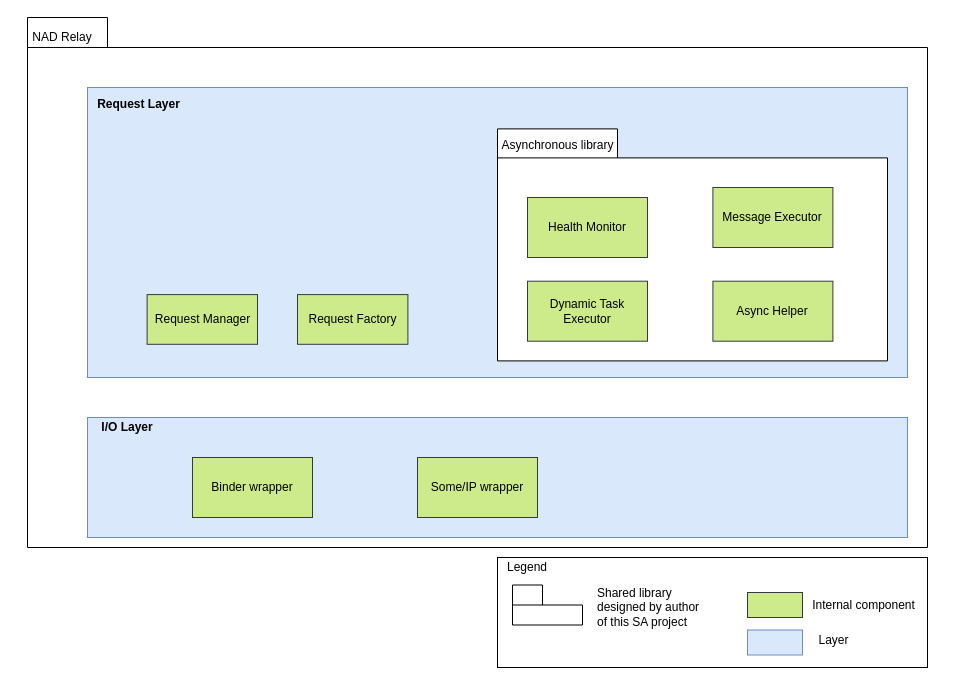
Earlier version of the draw.io diagram page "static" (1 of 7) of doc/SA cert/Design/nadproxy.drawio (taikt/codefun). Source tidied: cells renumbered, new cells numbered last; positions are measured from the earlier drawing's top-left corner, leaving out a move shared by most shapes. Both pictures are drawn from the tidied source at 100%, with x=0, y=0 at pixel (17, 17).
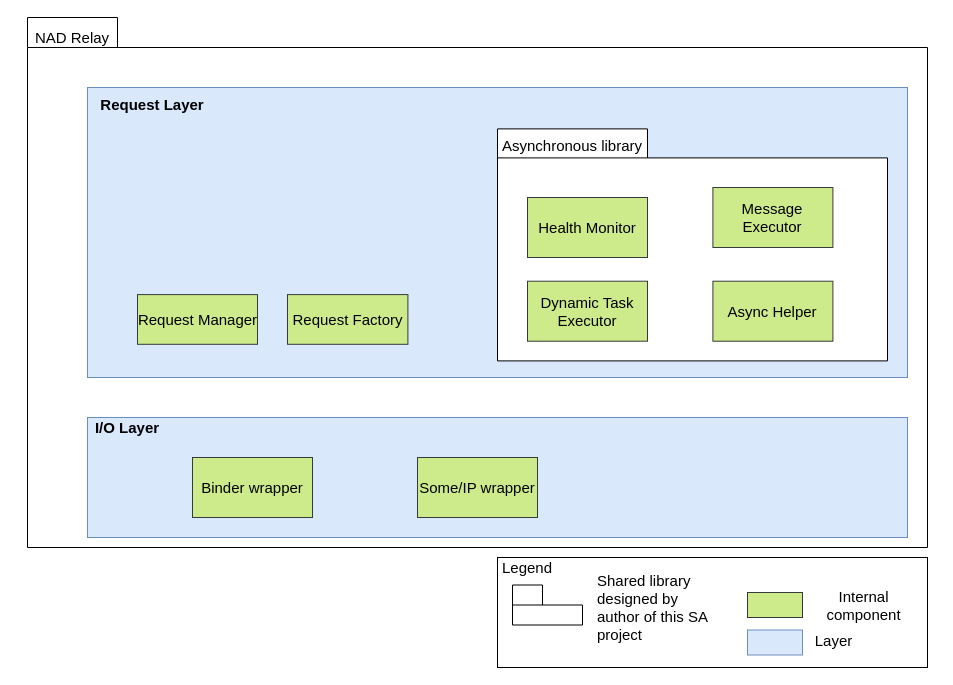
Above is the later version.

What changed in the source:
```diff
@@
-    <mxCell id="2" style="edgeStyle=orthogonalEdgeStyle;rounded=0;jettySize=auto;html=1;entryX=0.002;entryY=0.52;entryDx=0;entryDy=0;entryPerimeter=0;exitX=0.999;exitY=0.59;exitDx=0;exitDy=0;exitPerimeter=0;" parent="1" edge="1" source="3" target="8">
+    <mxCell id="2" style="edgeStyle=orthogonalEdgeStyle;rounded=0;jettySize=auto;html=1;entryX=0.002;entryY=0.52;entryDx=0;entryDy=0;entryPerimeter=0;exitX=0.999;exitY=0.59;exitDx=0;exitDy=0;exitPerimeter=0;fontSize=15;" parent="1" edge="1" source="3" target="8">
       <mxGeometry relative="1" as="geometry">
         <Array as="points">
           <mxPoint x="829" y="136" />
         </Array>
       </mxGeometry>
     </mxCell>
-    <mxCell id="3" style="shape=folder;fontStyle=1;tabWidth=80;tabHeight=30;tabPosition=left;html=1;boundedLbl=1;" parent="1" vertex="1">
+    <mxCell id="3" style="shape=folder;fontStyle=1;tabWidth=90;tabHeight=30;tabPosition=left;html=1;boundedLbl=1;fontSize=15;" parent="1" vertex="1">
       <mxGeometry x="10" width="900" height="530" as="geometry" />
     </mxCell>
-    <mxCell id="4" value="NAD Relay" style="text;html=1;strokeColor=none;fillColor=none;align=center;verticalAlign=middle;whiteSpace=wrap;rounded=0;" parent="1" vertex="1">
-      <mxGeometry y="10" width="90" height="20" as="geometry" />
+    <mxCell id="4" value="NAD Relay" style="text;html=1;strokeColor=none;fillColor=none;align=center;verticalAlign=middle;whiteSpace=wrap;rounded=0;fontSize=15;" parent="1" vertex="1">
+      <mxGeometry x="10" y="10" width="90" height="20" as="geometry" />
     </mxCell>
-    <mxCell id="5" style="group;fillColor=#dae8fc;strokeColor=#6c8ebf;" parent="1" vertex="1">
+    <mxCell id="5" style="group;fillColor=#dae8fc;strokeColor=#6c8ebf;fontSize=15;" parent="1" vertex="1">
       <mxGeometry x="70" y="70" width="820" height="290" as="geometry" />
     </mxCell>
-    <mxCell id="6" style="rounded=0;whiteSpace=wrap;html=1;fillColor=#dae8fc;strokeColor=#6c8ebf;" parent="5" vertex="1">
+    <mxCell id="6" style="rounded=0;whiteSpace=wrap;html=1;fillColor=#dae8fc;strokeColor=#6c8ebf;fontSize=15;" parent="5" vertex="1">
       <mxGeometry width="820" height="290" as="geometry" />
     </mxCell>
-    <mxCell id="7" style="group;" parent="5" vertex="1">
+    <mxCell id="7" style="group;fontSize=15;" parent="5" vertex="1">
       <mxGeometry x="410" y="41.4" width="390" height="232" as="geometry" />
     </mxCell>
-    <mxCell id="8" style="shape=folder;fontStyle=1;tabWidth=120;tabHeight=29;tabPosition=left;html=1;boundedLbl=1;" parent="7" vertex="1">
+    <mxCell id="8" style="shape=folder;fontStyle=1;tabWidth=150;tabHeight=29;tabPosition=left;html=1;boundedLbl=1;fontSize=15;" parent="7" vertex="1">
       <mxGeometry width="390" height="232" as="geometry" />
     </mxCell>
-    <mxCell id="9" value="Health Monitor" style="rounded=0;whiteSpace=wrap;html=1;fillColor=#cdeb8b;strokeColor=#36393d;" parent="7" vertex="1">
+    <mxCell id="9" value="Health Monitor" style="rounded=0;whiteSpace=wrap;html=1;fillColor=#cdeb8b;strokeColor=#36393d;fontSize=15;" parent="7" vertex="1">
       <mxGeometry x="30" y="68.6" width="120" height="60" as="geometry" />
     </mxCell>
-    <mxCell id="10" value="Message Executor" style="rounded=0;whiteSpace=wrap;html=1;fillColor=#cdeb8b;strokeColor=#36393d;" parent="7" vertex="1">
+    <mxCell id="10" value="Message Executor" style="rounded=0;whiteSpace=wrap;html=1;fillColor=#cdeb8b;strokeColor=#36393d;fontSize=15;" parent="7" vertex="1">
       <mxGeometry x="215.4" y="58.6" width="120" height="60" as="geometry" />
     </mxCell>
-    <mxCell id="11" value="Dynamic Task Executor" style="rounded=0;whiteSpace=wrap;html=1;fillColor=#cdeb8b;strokeColor=#36393d;" parent="7" vertex="1">
+    <mxCell id="11" value="Dynamic Task Executor" style="rounded=0;whiteSpace=wrap;html=1;fillColor=#cdeb8b;strokeColor=#36393d;fontSize=15;" parent="7" vertex="1">
       <mxGeometry x="30" y="152.3" width="120" height="60" as="geometry" />
     </mxCell>
-    <mxCell id="12" value="Async Helper" style="rounded=0;whiteSpace=wrap;html=1;fillColor=#cdeb8b;strokeColor=#36393d;" parent="7" vertex="1">
+    <mxCell id="12" value="Async Helper" style="rounded=0;whiteSpace=wrap;html=1;fillColor=#cdeb8b;strokeColor=#36393d;fontSize=15;" parent="7" vertex="1">
       <mxGeometry x="215.4" y="152.3" width="120" height="60" as="geometry" />
     </mxCell>
-    <mxCell id="13" value="&lt;b&gt;Request Layer&lt;/b&gt;" style="text;html=1;strokeColor=none;fillColor=none;align=center;verticalAlign=middle;whiteSpace=wrap;rounded=0;" parent="5" vertex="1">
-      <mxGeometry x="8.5" y="8.3" width="85.1" height="16.6" as="geometry" />
+    <mxCell id="13" value="&lt;b style=&quot;font-size: 15px;&quot;&gt;Request Layer&lt;/b&gt;" style="text;html=1;strokeColor=none;fillColor=none;align=center;verticalAlign=middle;whiteSpace=wrap;rounded=0;fontSize=15;" parent="5" vertex="1">
+      <mxGeometry x="8.5" y="8.3" width="111.5" height="16.6" as="geometry" />
     </mxCell>
-    <mxCell id="14" value="Request Manager" style="html=1;fillColor=#cdeb8b;strokeColor=#36393d;" parent="5" vertex="1">
-      <mxGeometry x="59.6" y="207.1" width="110.4" height="49.7" as="geometry" />
+    <mxCell id="14" value="Request Manager" style="html=1;fillColor=#cdeb8b;strokeColor=#36393d;fontSize=15;" parent="5" vertex="1">
+      <mxGeometry x="50" y="207.1" width="120" height="49.7" as="geometry" />
     </mxCell>
-    <mxCell id="15" value="Request Factory" style="html=1;fillColor=#cdeb8b;strokeColor=#36393d;" parent="5" vertex="1">
-      <mxGeometry x="210" y="207.1" width="110.4" height="49.7" as="geometry" />
+    <mxCell id="15" value="Request Factory" style="html=1;fillColor=#cdeb8b;strokeColor=#36393d;fontSize=15;" parent="5" vertex="1">
+      <mxGeometry x="200" y="207.1" width="120.4" height="49.7" as="geometry" />
     </mxCell>
-    <mxCell id="16" value="Asynchronous library" style="text;html=1;strokeColor=none;fillColor=none;align=center;verticalAlign=middle;whiteSpace=wrap;rounded=0;" parent="5" vertex="1">
-      <mxGeometry x="400" y="50" width="140.5" height="16.6" as="geometry" />
+    <mxCell id="16" value="Asynchronous library" style="text;html=1;strokeColor=none;fillColor=none;align=center;verticalAlign=middle;whiteSpace=wrap;rounded=0;fontSize=15;" parent="5" vertex="1">
+      <mxGeometry x="400" y="50" width="170" height="16.6" as="geometry" />
     </mxCell>
-    <mxCell id="17" style="rounded=0;whiteSpace=wrap;html=1;fillColor=#dae8fc;strokeColor=#6c8ebf;" parent="1" vertex="1">
+    <mxCell id="17" style="rounded=0;whiteSpace=wrap;html=1;fillColor=#dae8fc;strokeColor=#6c8ebf;fontSize=15;" parent="1" vertex="1">
       <mxGeometry x="70" y="400" width="820" height="120" as="geometry" />
     </mxCell>
-    <mxCell id="18" value="&lt;b&gt;I/O Layer&lt;/b&gt;" style="text;html=1;strokeColor=none;fillColor=none;align=center;verticalAlign=middle;whiteSpace=wrap;rounded=0;" parent="1" vertex="1">
+    <mxCell id="18" value="&lt;b style=&quot;font-size: 15px;&quot;&gt;I/O Layer&lt;/b&gt;" style="text;html=1;strokeColor=none;fillColor=none;align=center;verticalAlign=middle;whiteSpace=wrap;rounded=0;fontSize=15;" parent="1" vertex="1">
       <mxGeometry x="60" y="400" width="100" height="20" as="geometry" />
     </mxCell>
-    <mxCell id="19" value="Binder wrapper" style="rounded=0;whiteSpace=wrap;html=1;fillColor=#cdeb8b;strokeColor=#36393d;" parent="1" vertex="1">
+    <mxCell id="19" value="Binder wrapper" style="rounded=0;whiteSpace=wrap;html=1;fillColor=#cdeb8b;strokeColor=#36393d;fontSize=15;" parent="1" vertex="1">
       <mxGeometry x="175" y="440" width="120" height="60" as="geometry" />
     </mxCell>
-    <mxCell id="20" value="Some/IP wrapper" style="rounded=0;whiteSpace=wrap;html=1;fillColor=#cdeb8b;strokeColor=#36393d;" parent="1" vertex="1">
+    <mxCell id="20" value="Some/IP wrapper" style="rounded=0;whiteSpace=wrap;html=1;fillColor=#cdeb8b;strokeColor=#36393d;fontSize=15;" parent="1" vertex="1">
       <mxGeometry x="400" y="440" width="120" height="60" as="geometry" />
     </mxCell>
-    <mxCell id="21" style="rounded=0;whiteSpace=wrap;html=1;" parent="1" vertex="1">
+    <mxCell id="21" style="rounded=0;whiteSpace=wrap;html=1;fontSize=15;" parent="1" vertex="1">
       <mxGeometry x="480" y="540" width="430" height="110" as="geometry" />
     </mxCell>
-    <mxCell id="22" value="Legend" style="text;html=1;strokeColor=none;fillColor=none;align=center;verticalAlign=middle;whiteSpace=wrap;rounded=0;" parent="1" vertex="1">
+    <mxCell id="22" value="Legend" style="text;html=1;strokeColor=none;fillColor=none;align=center;verticalAlign=middle;whiteSpace=wrap;rounded=0;fontSize=15;" parent="1" vertex="1">
       <mxGeometry x="490" y="540" width="40" height="20" as="geometry" />
     </mxCell>
-    <mxCell id="23" style="html=1;fillColor=#cdeb8b;strokeColor=#36393d;" parent="1" vertex="1">
+    <mxCell id="23" style="html=1;fillColor=#cdeb8b;strokeColor=#36393d;fontSize=15;" parent="1" vertex="1">
       <mxGeometry x="730" y="575" width="55" height="25" as="geometry" />
     </mxCell>
-    <mxCell id="24" value="Internal component" style="text;html=1;strokeColor=none;fillColor=none;align=center;verticalAlign=middle;whiteSpace=wrap;rounded=0;" parent="1" vertex="1">
+    <mxCell id="24" value="Internal component" style="text;html=1;strokeColor=none;fillColor=none;align=center;verticalAlign=middle;whiteSpace=wrap;rounded=0;fontSize=15;" parent="1" vertex="1">
       <mxGeometry x="790" y="577.5" width="112.5" height="20" as="geometry" />
     </mxCell>
-    <mxCell id="25" style="html=1;fillColor=#dae8fc;strokeColor=#6c8ebf;" parent="1" vertex="1">
+    <mxCell id="25" style="html=1;fillColor=#dae8fc;strokeColor=#6c8ebf;fontSize=15;" parent="1" vertex="1">
       <mxGeometry x="730" y="612.5" width="55" height="25" as="geometry" />
     </mxCell>
-    <mxCell id="26" value="Layer" style="text;html=1;strokeColor=none;fillColor=none;align=center;verticalAlign=middle;whiteSpace=wrap;rounded=0;" parent="1" vertex="1">
+    <mxCell id="26" value="Layer" style="text;html=1;strokeColor=none;fillColor=none;align=center;verticalAlign=middle;whiteSpace=wrap;rounded=0;fontSize=15;" parent="1" vertex="1">
       <mxGeometry x="760" y="612.5" width="112.5" height="20" as="geometry" />
     </mxCell>
-    <mxCell id="27" style="shape=folder;fontStyle=1;tabWidth=30;tabHeight=20;tabPosition=left;html=1;boundedLbl=1;" parent="1" vertex="1">
+    <mxCell id="27" style="shape=folder;fontStyle=1;tabWidth=30;tabHeight=20;tabPosition=left;html=1;boundedLbl=1;fontSize=15;" parent="1" vertex="1">
       <mxGeometry x="495" y="567.5" width="70" height="40" as="geometry" />
     </mxCell>
-    <mxCell id="28" value="Shared library designed by author of this SA project" style="text;html=1;strokeColor=none;fillColor=none;align=left;verticalAlign=middle;whiteSpace=wrap;rounded=0;" parent="1" vertex="1">
+    <mxCell id="28" value="Shared library designed by author of this SA project" style="text;html=1;strokeColor=none;fillColor=none;align=left;verticalAlign=middle;whiteSpace=wrap;rounded=0;fontSize=15;" parent="1" vertex="1">
       <mxGeometry x="577.5" y="580" width="112.5" height="20" as="geometry" />
     </mxCell>
```
